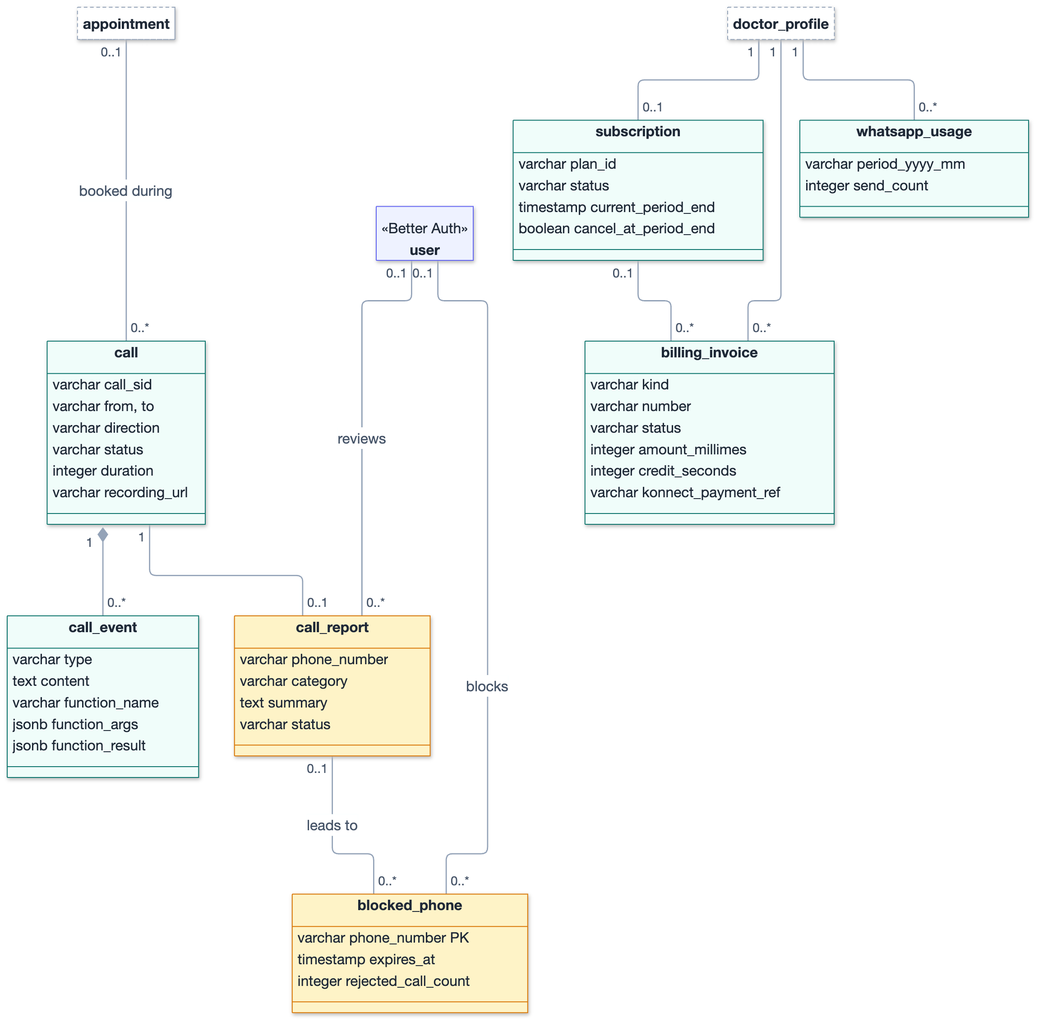
AtriOmar/riaya-report keeps this Mermaid diagram as images/diagrams/class_diagram_calls_billing.png. Above is the earlier version. Its source is kept beside it as images/diagrams/src/class_diagram_calls_billing.mmd.
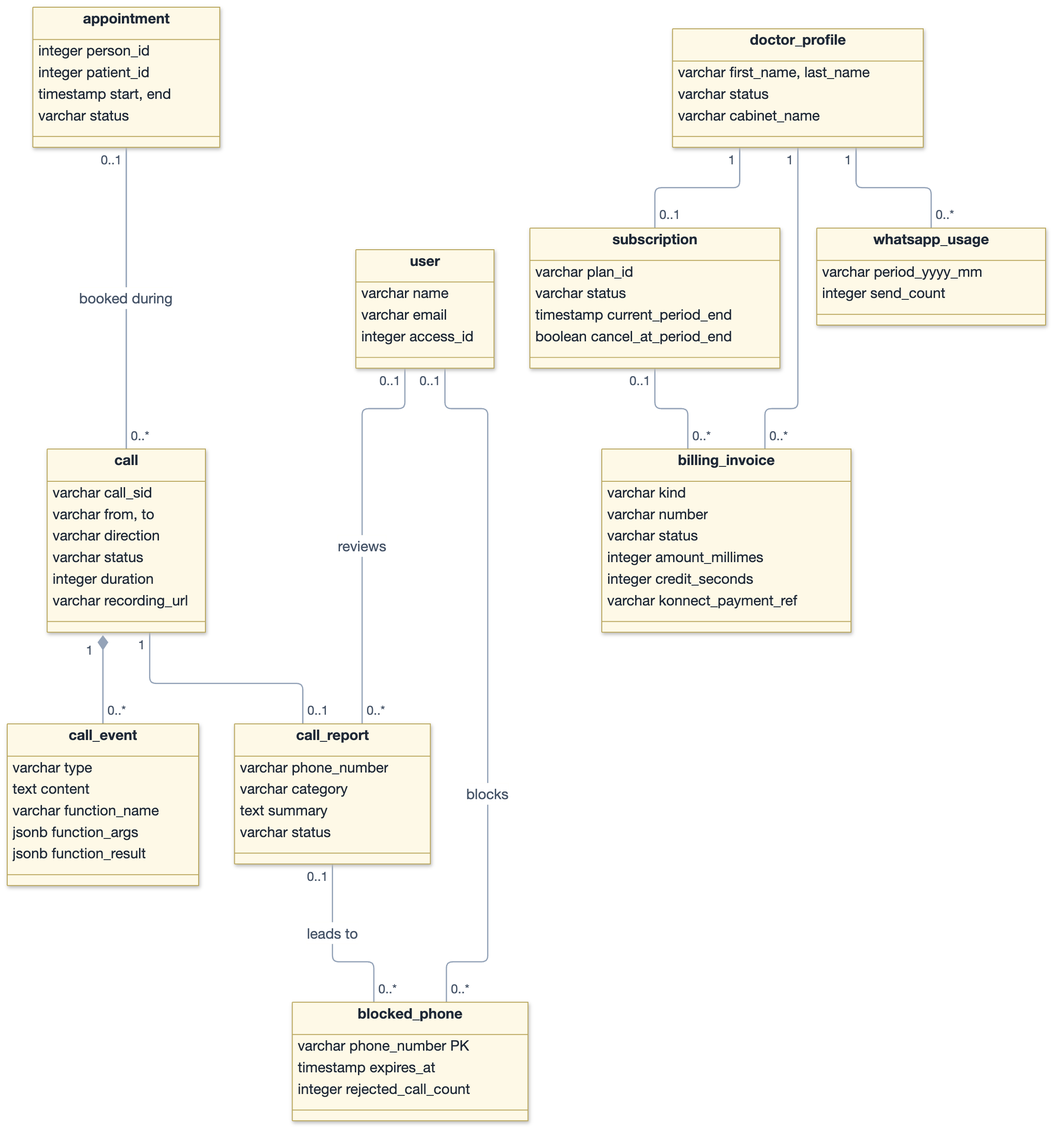
The same diagram one commit later.

Change to the diagram source:
```diff
@@ -1,7 +1,12 @@
 classDiagram
 direction TB
 
-class appointment
+class appointment {
+  integer person_id
+  integer patient_id
+  timestamp start, end
+  varchar status
+}
 class callrow["call"] {
   varchar call_sid
   varchar from, to
@@ -29,9 +34,15 @@
   integer rejected_call_count
 }
 class user {
-  <<Better Auth>>
+  varchar name
+  varchar email
+  integer access_id
 }
-class doctor_profile
+class doctor_profile {
+  varchar first_name, last_name
+  varchar status
+  varchar cabinet_name
+}
 class subscription {
   varchar plan_id
   varchar status
@@ -61,8 +72,3 @@
 doctor_profile "1" -- "0..*" billing_invoice
 subscription "0..1" -- "0..*" billing_invoice
 doctor_profile "1" -- "0..*" whatsapp_usage
-style appointment fill:#FFFFFF,stroke:#94A3B8,stroke-dasharray:4 3
-style doctor_profile fill:#FFFFFF,stroke:#94A3B8,stroke-dasharray:4 3
-style user fill:#EEF2FF,stroke:#6366F1
-style call_report fill:#FEF3C7,stroke:#D97706
-style blocked_phone fill:#FEF3C7,stroke:#D97706
```
